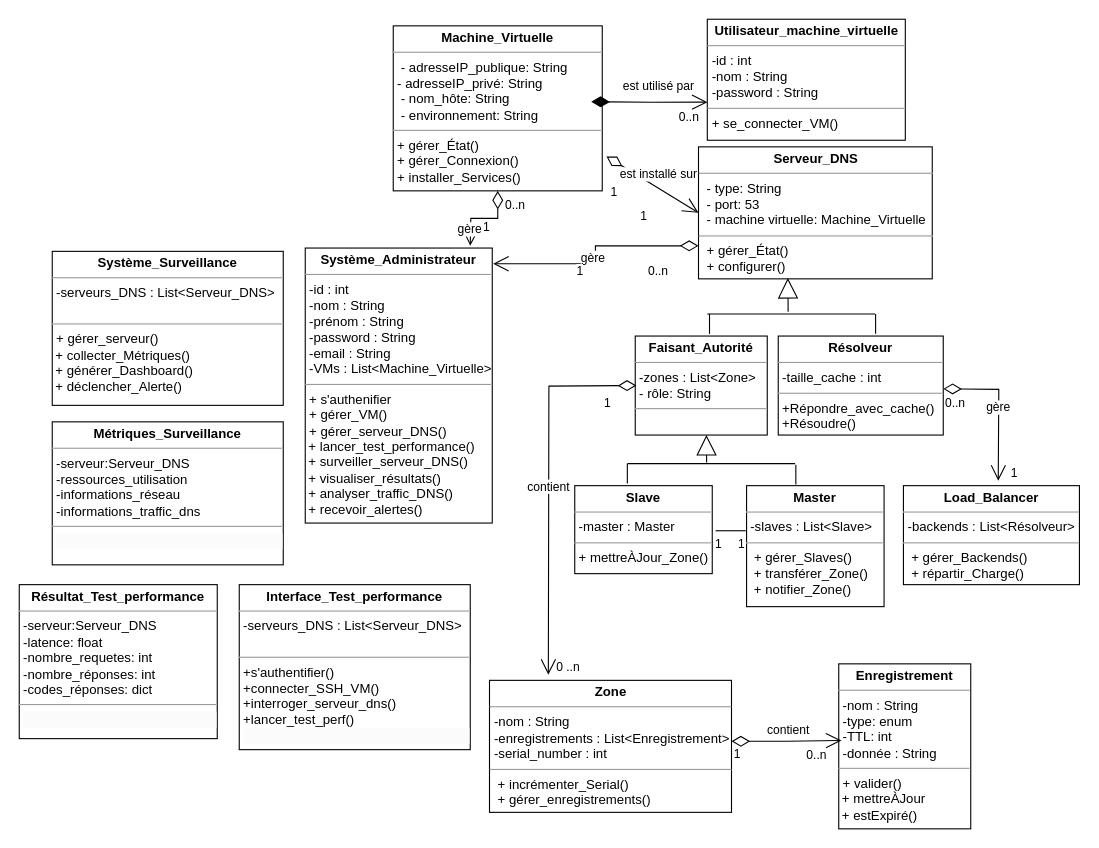
eya-harbaoui/Diagramms keeps this draw.io diagram as DiagrammeClasseGlobal.drawio. Above is the earlier version. Source tidied: cells renumbered, new cells numbered last; positions are measured from the earlier drawing's top-left corner, leaving out a move shared by most shapes. Both pictures are drawn from the tidied source at 110%, with x=0, y=0 at pixel (19, 19).
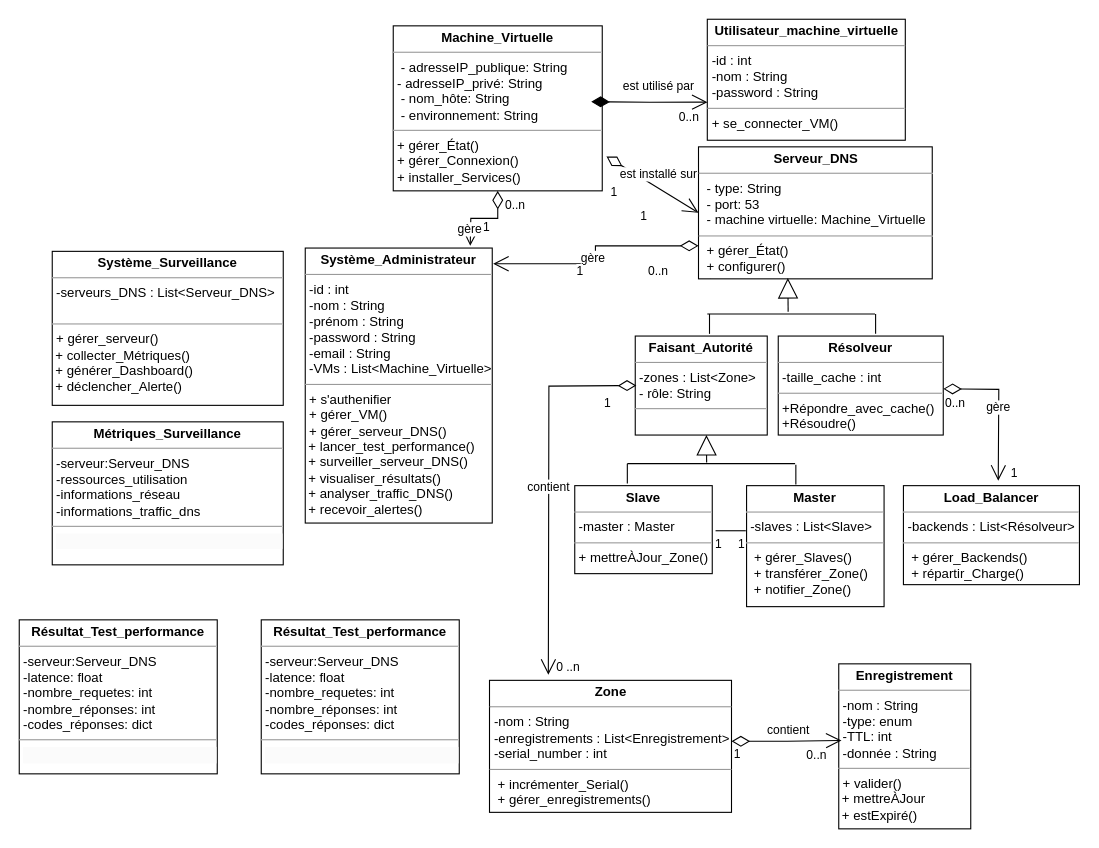
The same page after the edit.

Commit message:
Mettre à jour DiagrammeClasseGlobal.drawio

What changed in the source:
```diff
@@
     <mxCell id="14" value="&lt;p style=&quot;margin:0px;margin-top:4px;text-align:center;&quot;&gt;&lt;b&gt;Résultat_Test_performance&lt;/b&gt;&lt;/p&gt;&lt;hr size=&quot;1&quot;&gt;&lt;p style=&quot;margin:0px;margin-left:4px;&quot;&gt;-serveur:Serveur_DNS&lt;/p&gt;&lt;p style=&quot;margin:0px;margin-left:4px;&quot;&gt;-latence: float&lt;/p&gt;&lt;p style=&quot;margin:0px;margin-left:4px;&quot;&gt;&lt;span style=&quot;background-color: initial;&quot;&gt;-nombre_requetes: int&lt;/span&gt;&lt;br&gt;&lt;/p&gt;&lt;p style=&quot;margin: 0px 0px 0px 4px;&quot;&gt;-nombre_réponses: int&lt;/p&gt;&lt;p style=&quot;margin: 0px 0px 0px 4px;&quot;&gt;-codes_réponses: dict&lt;/p&gt;&lt;hr size=&quot;1&quot;&gt;&lt;p style=&quot;margin:0px;margin-left:4px;&quot;&gt;&lt;span style=&quot;forced-color-adjust: none; color: rgb(0, 0, 0); font-family: Helvetica; font-size: 12px; font-style: normal; font-variant-ligatures: normal; font-variant-caps: normal; font-weight: 400; letter-spacing: normal; orphans: 2; text-align: left; text-indent: 0px; text-transform: none; widows: 2; word-spacing: 0px; -webkit-text-stroke-width: 0px; white-space: normal; background-color: rgb(251, 251, 251); text-decoration-thickness: initial; text-decoration-style: initial; text-decoration-color: initial;&quot;&gt;&lt;/span&gt;&lt;/p&gt;&lt;p style=&quot;forced-color-adjust: none; color: rgb(0, 0, 0); font-family: Helvetica; font-size: 12px; font-style: normal; font-variant-ligatures: normal; font-variant-caps: normal; font-weight: 400; letter-spacing: normal; orphans: 2; text-align: left; text-indent: 0px; text-transform: none; widows: 2; word-spacing: 0px; -webkit-text-stroke-width: 0px; white-space: nowrap; background-color: rgb(251, 251, 251); text-decoration-thickness: initial; text-decoration-style: initial; text-decoration-color: initial; margin: 0px 0px 0px 4px;&quot;&gt;&lt;br&gt;&lt;/p&gt;" style="verticalAlign=top;align=left;overflow=fill;fontSize=12;fontFamily=Helvetica;html=1;rounded=0;shadow=0;comic=0;labelBackgroundColor=none;strokeWidth=1;" parent="1" vertex="1">
-      <mxGeometry y="514" width="180" height="140" as="geometry" />
+      <mxGeometry x="220" y="546" width="180" height="140" as="geometry" />
     </mxCell>
@@
-    <mxCell id="38" value="&lt;p style=&quot;margin:0px;margin-top:4px;text-align:center;&quot;&gt;&lt;b&gt;Interface_Test_performance&lt;/b&gt;&lt;/p&gt;&lt;hr size=&quot;1&quot;&gt;&lt;p style=&quot;margin: 0px 0px 0px 4px;&quot;&gt;-serveurs_DNS : List&amp;lt;Serveur_DNS&amp;gt;&lt;/p&gt;&lt;p style=&quot;margin: 0px 0px 0px 4px;&quot;&gt;&lt;br&gt;&lt;/p&gt;&lt;hr size=&quot;1&quot;&gt;&lt;p style=&quot;margin:0px;margin-left:4px;&quot;&gt;&lt;span style=&quot;forced-color-adjust: none; color: rgb(0, 0, 0); font-family: Helvetica; font-size: 12px; font-style: normal; font-variant-ligatures: normal; font-variant-caps: normal; font-weight: 400; letter-spacing: normal; orphans: 2; text-align: left; text-indent: 0px; text-transform: none; widows: 2; word-spacing: 0px; -webkit-text-stroke-width: 0px; white-space: normal; text-decoration-thickness: initial; text-decoration-style: initial; text-decoration-color: initial;&quot;&gt;&lt;/span&gt;&lt;/p&gt;&lt;p style=&quot;forced-color-adjust: none; color: rgb(0, 0, 0); font-family: Helvetica; font-size: 12px; font-style: normal; font-variant-ligatures: normal; font-variant-caps: normal; font-weight: 400; letter-spacing: normal; orphans: 2; text-align: left; text-indent: 0px; text-transform: none; widows: 2; word-spacing: 0px; -webkit-text-stroke-width: 0px; white-space: nowrap; text-decoration-thickness: initial; text-decoration-style: initial; text-decoration-color: initial; margin: 0px 0px 0px 4px;&quot;&gt;+s'authentifier()&lt;/p&gt;&lt;p style=&quot;forced-color-adjust: none; color: rgb(0, 0, 0); font-family: Helvetica; font-size: 12px; font-style: normal; font-variant-ligatures: normal; font-variant-caps: normal; font-weight: 400; letter-spacing: normal; orphans: 2; text-align: left; text-indent: 0px; text-transform: none; widows: 2; word-spacing: 0px; -webkit-text-stroke-width: 0px; white-space: nowrap; text-decoration-thickness: initial; text-decoration-style: initial; text-decoration-color: initial; margin: 0px 0px 0px 4px;&quot;&gt;+connecter_SSH_VM()&lt;/p&gt;&lt;p style=&quot;forced-color-adjust: none; color: rgb(0, 0, 0); font-family: Helvetica; font-size: 12px; font-style: normal; font-variant-ligatures: normal; font-variant-caps: normal; font-weight: 400; letter-spacing: normal; orphans: 2; text-align: left; text-indent: 0px; text-transform: none; widows: 2; word-spacing: 0px; -webkit-text-stroke-width: 0px; white-space: nowrap; text-decoration-thickness: initial; text-decoration-style: initial; text-decoration-color: initial; margin: 0px 0px 0px 4px;&quot;&gt;+interroger_serveur_dns()&lt;/p&gt;&lt;p style=&quot;forced-color-adjust: none; color: rgb(0, 0, 0); font-family: Helvetica; font-size: 12px; font-style: normal; font-variant-ligatures: normal; font-variant-caps: normal; font-weight: 400; letter-spacing: normal; orphans: 2; text-align: left; text-indent: 0px; text-transform: none; widows: 2; word-spacing: 0px; -webkit-text-stroke-width: 0px; white-space: nowrap; text-decoration-thickness: initial; text-decoration-style: initial; text-decoration-color: initial; margin: 0px 0px 0px 4px;&quot;&gt;+lancer_test_perf()&lt;/p&gt;&lt;p style=&quot;forced-color-adjust: none; color: rgb(0, 0, 0); font-family: Helvetica; font-size: 12px; font-style: normal; font-variant-ligatures: normal; font-variant-caps: normal; font-weight: 400; letter-spacing: normal; orphans: 2; text-align: left; text-indent: 0px; text-transform: none; widows: 2; word-spacing: 0px; -webkit-text-stroke-width: 0px; white-space: nowrap; background-color: rgb(251, 251, 251); text-decoration-thickness: initial; text-decoration-style: initial; text-decoration-color: initial; margin: 0px 0px 0px 4px;&quot;&gt;&lt;br&gt;&lt;/p&gt;" style="verticalAlign=top;align=left;overflow=fill;fontSize=12;fontFamily=Helvetica;html=1;rounded=0;shadow=0;comic=0;labelBackgroundColor=none;strokeWidth=1;" parent="1" vertex="1">
-      <mxGeometry x="200" y="514" width="210" height="150" as="geometry" />
-    </mxCell>
@@
+    <mxCell id="51" value="&lt;p style=&quot;margin:0px;margin-top:4px;text-align:center;&quot;&gt;&lt;b&gt;Résultat_Test_performance&lt;/b&gt;&lt;/p&gt;&lt;hr size=&quot;1&quot;&gt;&lt;p style=&quot;margin:0px;margin-left:4px;&quot;&gt;-serveur:Serveur_DNS&lt;/p&gt;&lt;p style=&quot;margin:0px;margin-left:4px;&quot;&gt;-latence: float&lt;/p&gt;&lt;p style=&quot;margin:0px;margin-left:4px;&quot;&gt;&lt;span style=&quot;background-color: initial;&quot;&gt;-nombre_requetes: int&lt;/span&gt;&lt;br&gt;&lt;/p&gt;&lt;p style=&quot;margin: 0px 0px 0px 4px;&quot;&gt;-nombre_réponses: int&lt;/p&gt;&lt;p style=&quot;margin: 0px 0px 0px 4px;&quot;&gt;-codes_réponses: dict&lt;/p&gt;&lt;hr size=&quot;1&quot;&gt;&lt;p style=&quot;margin:0px;margin-left:4px;&quot;&gt;&lt;span style=&quot;forced-color-adjust: none; color: rgb(0, 0, 0); font-family: Helvetica; font-size: 12px; font-style: normal; font-variant-ligatures: normal; font-variant-caps: normal; font-weight: 400; letter-spacing: normal; orphans: 2; text-align: left; text-indent: 0px; text-transform: none; widows: 2; word-spacing: 0px; -webkit-text-stroke-width: 0px; white-space: normal; background-color: rgb(251, 251, 251); text-decoration-thickness: initial; text-decoration-style: initial; text-decoration-color: initial;&quot;&gt;&lt;/span&gt;&lt;/p&gt;&lt;p style=&quot;forced-color-adjust: none; color: rgb(0, 0, 0); font-family: Helvetica; font-size: 12px; font-style: normal; font-variant-ligatures: normal; font-variant-caps: normal; font-weight: 400; letter-spacing: normal; orphans: 2; text-align: left; text-indent: 0px; text-transform: none; widows: 2; word-spacing: 0px; -webkit-text-stroke-width: 0px; white-space: nowrap; background-color: rgb(251, 251, 251); text-decoration-thickness: initial; text-decoration-style: initial; text-decoration-color: initial; margin: 0px 0px 0px 4px;&quot;&gt;&lt;br&gt;&lt;/p&gt;" style="verticalAlign=top;align=left;overflow=fill;fontSize=12;fontFamily=Helvetica;html=1;rounded=0;shadow=0;comic=0;labelBackgroundColor=none;strokeWidth=1;" parent="1" vertex="1">
+      <mxGeometry y="546" width="180" height="140" as="geometry" />
+    </mxCell>
```
